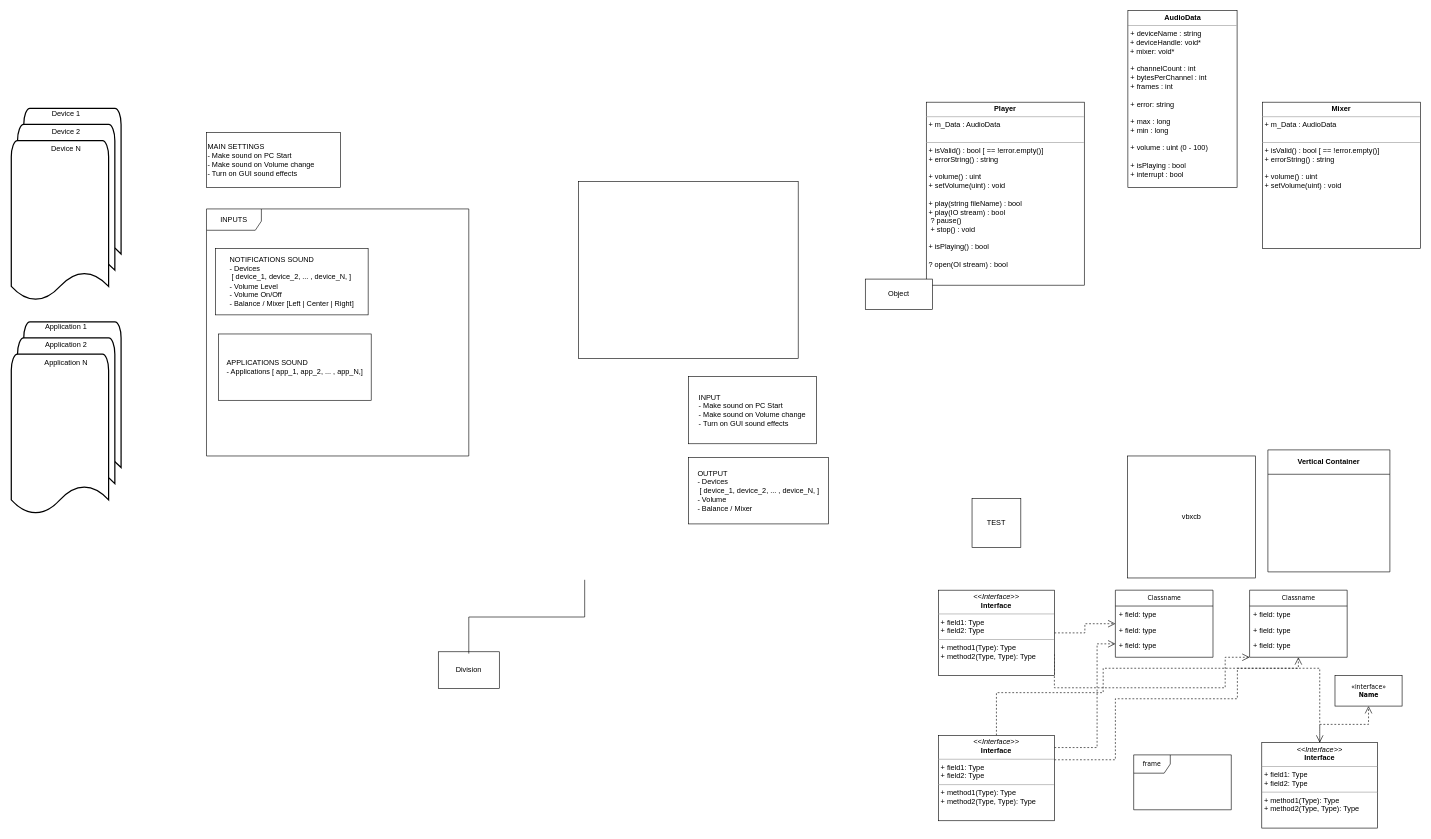
mobelus/WebProjects keeps this draw.io diagram as Диаграмма без названия.drawio. Above is the earlier version. Source tidied: cells renumbered, new cells numbered last; positions are measured from the earlier drawing's top-left corner, leaving out a move shared by most shapes. Both pictures are drawn from the tidied source at 61%, with x=0, y=0 at pixel (11, 10).
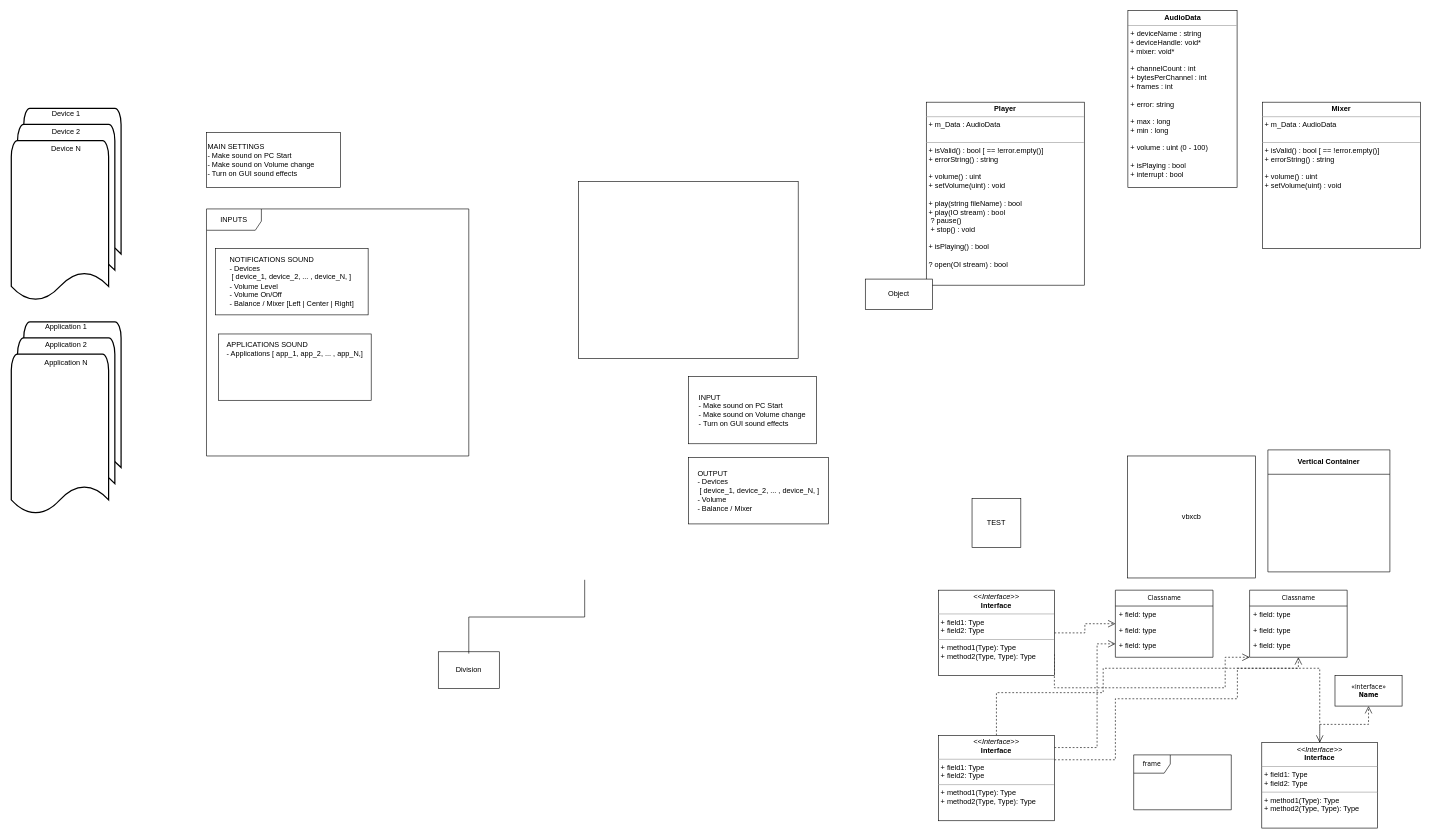
The same diagram, later.

The edit, as a diff of the source:
```diff
@@
-    <mxCell id="35" value="&lt;div align=&quot;left&quot;&gt;APPLICATIONS SOUND&lt;br&gt;&lt;/div&gt;&lt;div align=&quot;left&quot;&gt;- Applications [ app_1, app_2, ... , app_N,]&lt;/div&gt;" style="whiteSpace=wrap;html=1;" parent="1" vertex="1">
+    <mxCell id="35" value="&lt;div align=&quot;left&quot;&gt;APPLICATIONS SOUND&lt;br&gt;&lt;/div&gt;&lt;div align=&quot;left&quot;&gt;- Applications [ app_1, app_2, ... , app_N,]&lt;/div&gt;&lt;div align=&quot;left&quot;&gt;&lt;br&gt;&lt;/div&gt;&lt;div align=&quot;left&quot;&gt;&lt;br&gt;&lt;/div&gt;&lt;div align=&quot;left&quot;&gt;&lt;br&gt;&lt;/div&gt;&lt;div align=&quot;left&quot;&gt;&lt;br&gt;&lt;/div&gt;" style="whiteSpace=wrap;html=1;" parent="1" vertex="1">
       <mxGeometry x="340" y="530" width="250" height="108.7" as="geometry" />
     </mxCell>
```
